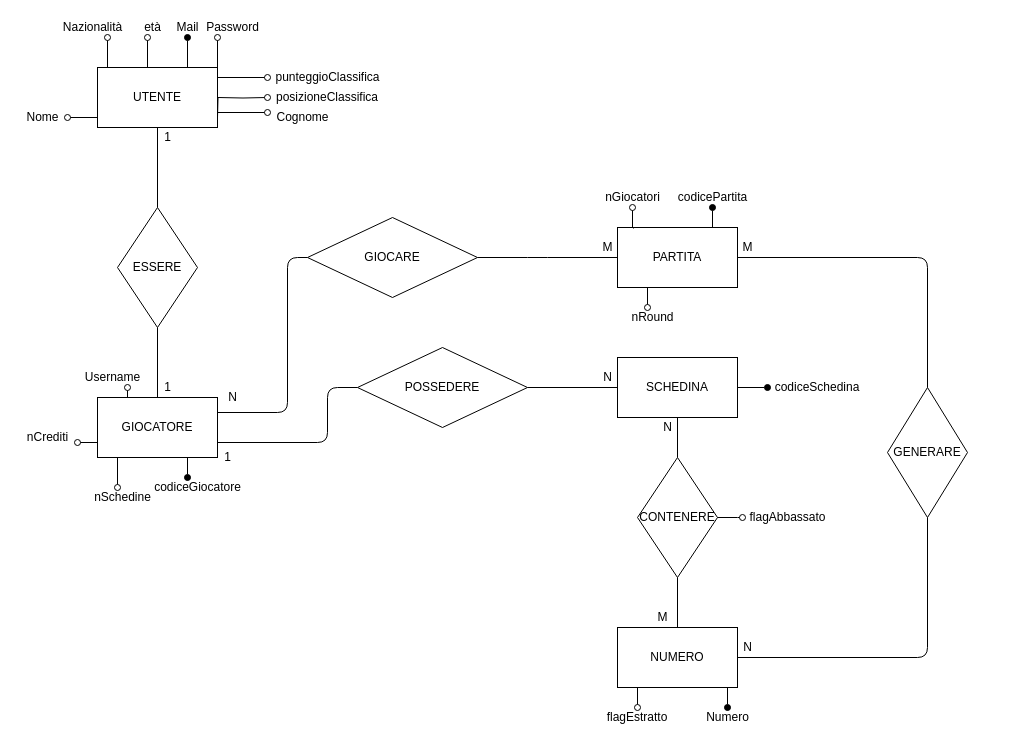
itisrivoira/Tombolone keeps this draw.io diagram as Database/database.drawio. Above is the earlier version. Source tidied: cells renumbered, new cells numbered last; positions are measured from the earlier drawing's top-left corner, leaving out a move shared by most shapes. Both pictures are drawn from the tidied source at 100%, with x=0, y=0 at pixel (17, 17).
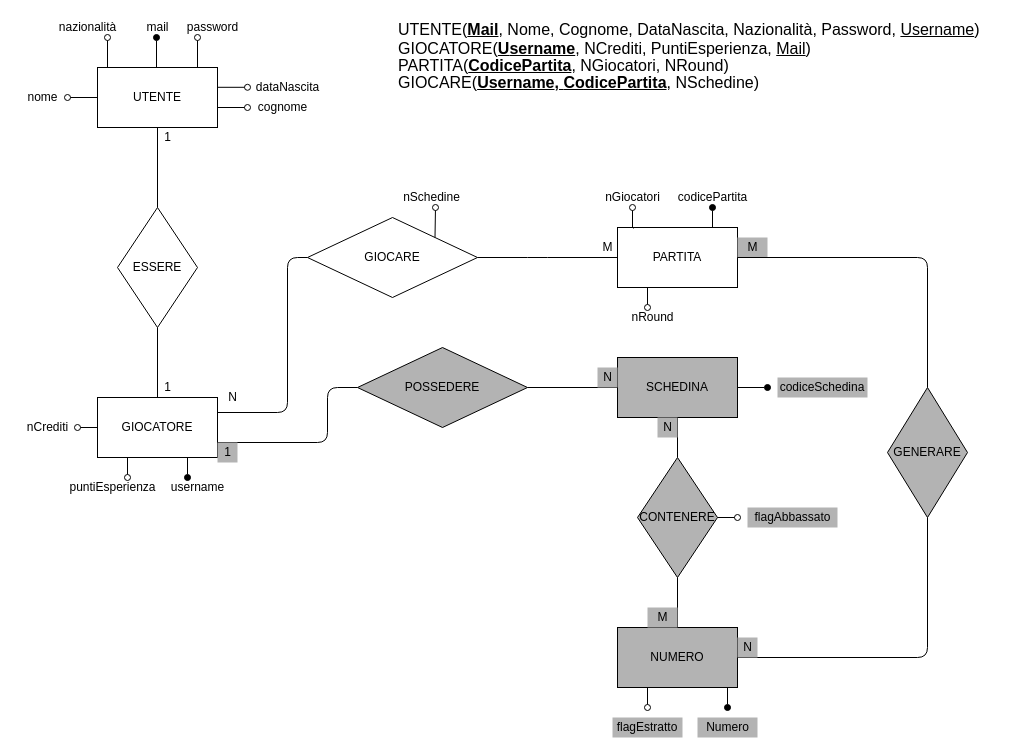
The same page after the edit.

The change refers to these unchanged cells:
```xml
<mxCell id="2" value="UTENTE" style="rounded=0;whiteSpace=wrap;html=1;" parent="1" vertex="1">
  <mxGeometry x="80" y="50" width="120" height="60" as="geometry" />
</mxCell>
<mxCell id="17" value="GIOCATORE" style="rounded=0;whiteSpace=wrap;html=1;" parent="1" vertex="1">
  <mxGeometry x="80" y="380" width="120" height="60" as="geometry" />
</mxCell>
<mxCell id="26" value="GIOCARE" style="rhombus;whiteSpace=wrap;html=1;" parent="1" vertex="1">
  <mxGeometry x="290" y="200" width="170" height="80" as="geometry" />
</mxCell>
```

Change to the diagram source:
```diff
@@
-    <mxCell id="4" value="Nome" style="text;html=1;align=center;verticalAlign=middle;" parent="1" vertex="1">
-      <mxGeometry y="90" width="50" height="20" as="geometry" />
+    <mxCell id="4" value="nome" style="text;html=1;align=center;verticalAlign=middle;" parent="1" vertex="1">
+      <mxGeometry y="70" width="50" height="20" as="geometry" />
     </mxCell>
-    <mxCell id="5" value="Cognome" style="text;html=1;align=center;verticalAlign=middle;" parent="1" vertex="1">
-      <mxGeometry x="250" y="90" width="70" height="20" as="geometry" />
+    <mxCell id="5" value="cognome" style="text;html=1;align=center;verticalAlign=middle;" parent="1" vertex="1">
+      <mxGeometry x="235" y="80" width="60" height="20" as="geometry" />
     </mxCell>
-    <mxCell id="6" value="Mail" style="text;html=1;align=center;verticalAlign=middle;" parent="1" vertex="1">
-      <mxGeometry x="150" width="40" height="20" as="geometry" />
+    <mxCell id="6" value="mail" style="text;html=1;align=center;verticalAlign=middle;" parent="1" vertex="1">
+      <mxGeometry x="120" width="40" height="20" as="geometry" />
     </mxCell>
-    <mxCell id="7" value="Password" style="text;html=1;align=center;verticalAlign=middle;" parent="1" vertex="1">
-      <mxGeometry x="180" width="70" height="20" as="geometry" />
+    <mxCell id="7" value="password" style="text;html=1;align=center;verticalAlign=middle;" parent="1" vertex="1">
+      <mxGeometry x="160" width="70" height="20" as="geometry" />
     </mxCell>
-    <mxCell id="8" style="endArrow=oval;html=1;endFill=0;" parent="1" edge="1">
+    <mxCell id="8" style="endArrow=oval;html=1;endFill=0;exitX=1;exitY=0.33;exitDx=0;exitDy=0;exitPerimeter=0;" parent="1" edge="1" source="2">
       <mxGeometry relative="1" as="geometry">
-        <mxPoint x="130" y="50" as="sourcePoint" />
-        <mxPoint x="130" y="20" as="targetPoint" />
+        <mxPoint x="230" y="69.8" as="targetPoint" />
       </mxGeometry>
     </mxCell>
     <mxCell id="9" style="endArrow=oval;html=1;endFill=1;" parent="1" edge="1">
       <mxGeometry relative="1" as="geometry">
-        <mxPoint x="170" y="50" as="sourcePoint" />
-        <mxPoint x="170" y="20" as="targetPoint" />
+        <mxPoint x="139" y="50" as="sourcePoint" />
+        <mxPoint x="139" y="20" as="targetPoint" />
       </mxGeometry>
     </mxCell>
     <mxCell id="10" style="endArrow=oval;html=1;endFill=0;" parent="1" edge="1">
       <mxGeometry relative="1" as="geometry">
-        <mxPoint x="200" y="50" as="sourcePoint" />
-        <mxPoint x="200" y="20" as="targetPoint" />
+        <mxPoint x="180" y="50" as="sourcePoint" />
+        <mxPoint x="180" y="20" as="targetPoint" />
       </mxGeometry>
     </mxCell>
-    <mxCell id="11" style="edgeStyle=orthogonalEdgeStyle;rounded=0;jettySize=auto;html=1;entryX=0;entryY=1;entryDx=0;entryDy=0;startArrow=oval;startFill=0;endArrow=none;endFill=0;" parent="1" edge="1" target="2">
+    <mxCell id="11" style="edgeStyle=orthogonalEdgeStyle;rounded=0;orthogonalLoop=1;jettySize=auto;html=1;startArrow=oval;startFill=0;endArrow=none;endFill=0;" parent="1" edge="1">
       <mxGeometry relative="1" as="geometry">
-        <mxPoint x="50" y="100" as="sourcePoint" />
+        <mxPoint x="50" y="80" as="sourcePoint" />
+        <mxPoint x="70" y="80" as="targetPoint" />
         <Array as="points">
-          <mxPoint x="80" y="100" />
+          <mxPoint x="80" y="80" />
         </Array>
       </mxGeometry>
     </mxCell>
-    <mxCell id="12" value="età" style="text;html=1;align=center;verticalAlign=middle;" parent="1" vertex="1">
-      <mxGeometry x="120" width="30" height="20" as="geometry" />
+    <mxCell id="12" value="dataNascita" style="text;html=1;align=center;verticalAlign=middle;" parent="1" vertex="1">
+      <mxGeometry x="230" y="60" width="80" height="20" as="geometry" />
     </mxCell>
-    <mxCell id="13" style="edgeStyle=orthogonalEdgeStyle;rounded=0;jettySize=auto;html=1;startArrow=oval;startFill=0;endArrow=none;endFill=0;" parent="1" edge="1" source="14">
-      <mxGeometry relative="1" as="geometry">
-        <mxPoint x="200" y="60" as="targetPoint" />
-      </mxGeometry>
-    </mxCell>
-    <mxCell id="14" value="punteggioClassifica" style="text;html=1;align=center;verticalAlign=middle;points=[];" parent="1" vertex="1">
-      <mxGeometry x="250" y="50" width="120" height="20" as="geometry" />
+    <mxCell id="14" value="puntiEsperienza" style="text;html=1;align=center;verticalAlign=middle;points=[];" parent="1" vertex="1">
+      <mxGeometry x="45" y="460" width="100" height="20" as="geometry" />
     </mxCell>
-    <mxCell id="15" style="edgeStyle=orthogonalEdgeStyle;rounded=0;orthogonalLoop=1;jettySize=auto;html=1;entryX=0.75;entryY=1;entryDx=0;entryDy=0;startArrow=oval;startFill=0;endArrow=none;endFill=0;" parent="1" edge="1">
-      <mxGeometry relative="1" as="geometry">
-        <mxPoint x="250" y="80" as="sourcePoint" />
-        <mxPoint x="200" y="100" as="targetPoint" />
-      </mxGeometry>
-    </mxCell>
-    <mxCell id="16" value="posizioneClassifica" style="text;html=1;strokeColor=none;fillColor=none;align=center;verticalAlign=middle;whiteSpace=wrap;rounded=0;" parent="1" vertex="1">
-      <mxGeometry x="290" y="70" width="40" height="20" as="geometry" />
-    </mxCell>
@@
-    <mxCell id="29" value="SCHEDINA" style="rounded=0;whiteSpace=wrap;html=1;" parent="1" vertex="1">
+    <mxCell id="29" value="SCHEDINA" style="rounded=0;whiteSpace=wrap;html=1;fillColor=#B3B3B3;" parent="1" vertex="1">
       <mxGeometry x="600" y="340" width="120" height="60" as="geometry" />
     </mxCell>
-    <mxCell id="30" value="POSSEDERE" style="rhombus;whiteSpace=wrap;html=1;" parent="1" vertex="1">
+    <mxCell id="30" value="POSSEDERE" style="rhombus;whiteSpace=wrap;html=1;fillColor=#B3B3B3;" parent="1" vertex="1">
       <mxGeometry x="340" y="330" width="170" height="80" as="geometry" />
     </mxCell>
@@
-    <mxCell id="33" value="codiceSchedina" style="text;html=1;strokeColor=none;fillColor=none;align=center;verticalAlign=middle;whiteSpace=wrap;rounded=0;" parent="1" vertex="1">
-      <mxGeometry x="780" y="360" width="40" height="20" as="geometry" />
+    <mxCell id="33" value="codiceSchedina" style="text;html=1;strokeColor=none;fillColor=#B3B3B3;align=center;verticalAlign=middle;whiteSpace=wrap;rounded=0;" parent="1" vertex="1">
+      <mxGeometry x="760" y="360" width="90" height="20" as="geometry" />
     </mxCell>
@@
-    <mxCell id="35" value="NUMERO" style="rounded=0;whiteSpace=wrap;html=1;" parent="1" vertex="1">
+    <mxCell id="35" value="NUMERO" style="rounded=0;whiteSpace=wrap;html=1;fillColor=#B3B3B3;" parent="1" vertex="1">
       <mxGeometry x="600" y="610" width="120" height="60" as="geometry" />
     </mxCell>
-    <mxCell id="36" value="CONTENERE" style="rhombus;whiteSpace=wrap;html=1;" parent="1" vertex="1">
+    <mxCell id="36" value="CONTENERE" style="rhombus;whiteSpace=wrap;html=1;fillColor=#B3B3B3;" parent="1" vertex="1">
       <mxGeometry x="620" y="440" width="80" height="120" as="geometry" />
     </mxCell>
@@
-    <mxCell id="39" style="edgeStyle=orthogonalEdgeStyle;rounded=0;jettySize=auto;html=1;entryX=1;entryY=0.5;entryDx=0;entryDy=0;startArrow=oval;startFill=0;endArrow=none;endFill=0;" parent="1" edge="1" source="40" target="36">
+    <mxCell id="39" style="edgeStyle=orthogonalEdgeStyle;rounded=0;jettySize=auto;html=1;entryX=1;entryY=0.5;entryDx=0;entryDy=0;startArrow=oval;startFill=0;endArrow=none;endFill=0;" parent="1" edge="1" target="36">
       <mxGeometry relative="1" as="geometry">
+        <mxPoint x="720" y="500" as="sourcePoint" />
         <Array as="points">
           <mxPoint x="720" y="500" />
         </Array>
       </mxGeometry>
     </mxCell>
-    <mxCell id="40" value="flagAbbassato" style="text;html=1;align=center;verticalAlign=middle;points=[];" parent="1" vertex="1">
-      <mxGeometry x="725" y="490" width="90" height="20" as="geometry" />
+    <mxCell id="40" value="flagAbbassato" style="text;html=1;align=center;verticalAlign=middle;points=[];fillColor=#B3B3B3;" parent="1" vertex="1">
+      <mxGeometry x="730" y="490" width="90" height="20" as="geometry" />
     </mxCell>
-    <mxCell id="41" value="N" style="text;html=1;align=center;verticalAlign=middle;" parent="1" vertex="1">
+    <mxCell id="41" value="N" style="text;html=1;align=center;verticalAlign=middle;fillColor=#B3B3B3;" parent="1" vertex="1">
       <mxGeometry x="640" y="400" width="20" height="20" as="geometry" />
     </mxCell>
-    <mxCell id="42" value="M" style="text;html=1;align=center;verticalAlign=middle;" parent="1" vertex="1">
+    <mxCell id="42" value="M" style="text;html=1;align=center;verticalAlign=middle;fillColor=#B3B3B3;" parent="1" vertex="1">
       <mxGeometry x="630" y="590" width="30" height="20" as="geometry" />
     </mxCell>
@@
-    <mxCell id="44" style="edgeStyle=orthogonalEdgeStyle;rounded=0;jettySize=auto;html=1;startArrow=oval;startFill=0;endArrow=none;endFill=0;" parent="1" edge="1" source="45" target="35">
-      <mxGeometry relative="1" as="geometry" />
+    <mxCell id="44" style="edgeStyle=orthogonalEdgeStyle;rounded=0;jettySize=auto;html=1;startArrow=oval;startFill=0;endArrow=none;endFill=0;entryX=0.25;entryY=1;entryDx=0;entryDy=0;" parent="1" edge="1" target="35">
+      <mxGeometry relative="1" as="geometry">
+        <mxPoint x="630" y="690" as="sourcePoint" />
+      </mxGeometry>
     </mxCell>
-    <mxCell id="45" value="flagEstratto" style="text;html=1;strokeColor=none;fillColor=none;align=center;verticalAlign=middle;whiteSpace=wrap;rounded=0;" parent="1" vertex="1">
-      <mxGeometry x="600" y="690" width="40" height="20" as="geometry" />
+    <mxCell id="45" value="flagEstratto" style="text;html=1;strokeColor=none;fillColor=#B3B3B3;align=center;verticalAlign=middle;whiteSpace=wrap;rounded=0;" parent="1" vertex="1">
+      <mxGeometry x="595" y="700" width="70" height="20" as="geometry" />
     </mxCell>
-    <mxCell id="46" value="Numero" style="text;html=1;align=center;verticalAlign=middle;" parent="1" vertex="1">
-      <mxGeometry x="680" y="690" width="60" height="20" as="geometry" />
+    <mxCell id="46" value="Numero" style="text;html=1;align=center;verticalAlign=middle;fillColor=#B3B3B3;" parent="1" vertex="1">
+      <mxGeometry x="680" y="700" width="60" height="20" as="geometry" />
     </mxCell>
@@
-    <mxCell id="48" value="GENERARE" style="rhombus;whiteSpace=wrap;html=1;" parent="1" vertex="1">
+    <mxCell id="48" value="GENERARE" style="rhombus;whiteSpace=wrap;html=1;fillColor=#B3B3B3;" parent="1" vertex="1">
       <mxGeometry x="870" y="370" width="80" height="130" as="geometry" />
     </mxCell>
@@
-    <mxCell id="50" value="N" style="text;html=1;align=center;verticalAlign=middle;" parent="1" vertex="1">
+    <mxCell id="50" value="N" style="text;html=1;align=center;verticalAlign=middle;fillColor=#B3B3B3;" parent="1" vertex="1">
       <mxGeometry x="720" y="620" width="20" height="20" as="geometry" />
     </mxCell>
-    <mxCell id="51" value="M" style="text;html=1;align=center;verticalAlign=middle;" parent="1" vertex="1">
-      <mxGeometry x="715" y="220" width="30" height="20" as="geometry" />
+    <mxCell id="51" value="M" style="text;html=1;align=center;verticalAlign=middle;fillColor=#B3B3B3;" parent="1" vertex="1">
+      <mxGeometry x="720" y="220" width="30" height="20" as="geometry" />
     </mxCell>
@@
-    <mxCell id="53" value="Username" style="text;html=1;align=center;verticalAlign=middle;" parent="1" vertex="1">
-      <mxGeometry x="60" y="350" width="70" height="20" as="geometry" />
+    <mxCell id="53" value="username" style="text;html=1;align=center;verticalAlign=middle;" parent="1" vertex="1">
+      <mxGeometry x="145" y="460" width="70" height="20" as="geometry" />
     </mxCell>
-    <mxCell id="54" value="codiceGiocatore" style="text;html=1;align=center;verticalAlign=middle;" parent="1" vertex="1">
-      <mxGeometry x="130" y="460" width="100" height="20" as="geometry" />
-    </mxCell>
-    <mxCell id="55" value="Nazionalità" style="text;html=1;align=center;verticalAlign=middle;" parent="1" vertex="1">
-      <mxGeometry x="40" width="70" height="20" as="geometry" />
+    <mxCell id="55" value="nazionalità" style="text;html=1;align=center;verticalAlign=middle;" parent="1" vertex="1">
+      <mxGeometry x="35" width="70" height="20" as="geometry" />
     </mxCell>
-    <mxCell id="56" value="1" style="text;html=1;align=center;verticalAlign=middle;" parent="1" vertex="1">
-      <mxGeometry x="200" y="430" width="20" height="20" as="geometry" />
+    <mxCell id="56" value="1" style="text;html=1;align=center;verticalAlign=middle;fillColor=#B3B3B3;" parent="1" vertex="1">
+      <mxGeometry x="200" y="425" width="20" height="20" as="geometry" />
     </mxCell>
-    <mxCell id="57" value="N" style="text;html=1;align=center;verticalAlign=middle;" parent="1" vertex="1">
+    <mxCell id="57" value="N" style="text;html=1;align=center;verticalAlign=middle;fillColor=#B3B3B3;" parent="1" vertex="1">
       <mxGeometry x="580" y="350" width="20" height="20" as="geometry" />
     </mxCell>
@@
     <mxCell id="60" value="nSchedine" style="text;html=1;align=center;verticalAlign=middle;" parent="1" vertex="1">
-      <mxGeometry x="70" y="470" width="70" height="20" as="geometry" />
+      <mxGeometry x="379" y="170" width="70" height="20" as="geometry" />
     </mxCell>
-    <mxCell id="61" style="edgeStyle=orthogonalEdgeStyle;rounded=0;orthogonalLoop=1;jettySize=auto;html=1;entryX=0.25;entryY=1;entryDx=0;entryDy=0;startArrow=oval;startFill=0;endArrow=none;endFill=0;" parent="1" edge="1">
-      <mxGeometry relative="1" as="geometry">
-        <mxPoint x="100" y="470" as="sourcePoint" />
-        <mxPoint x="100" y="440" as="targetPoint" />
-      </mxGeometry>
-    </mxCell>
-    <mxCell id="62" style="endArrow=oval;html=1;endFill=0;exitX=1;exitY=0.75;exitDx=0;exitDy=0;" parent="1" edge="1" source="2">
+    <mxCell id="62" style="endArrow=oval;html=1;endFill=0;" parent="1" edge="1">
       <mxGeometry relative="1" as="geometry">
-        <mxPoint x="250" y="95" as="targetPoint" />
+        <mxPoint x="200" y="90" as="sourcePoint" />
+        <mxPoint x="230" y="90" as="targetPoint" />
       </mxGeometry>
     </mxCell>
-    <mxCell id="63" style="endArrow=oval;html=1;endFill=1;exitX=0.75;exitY=1;exitDx=0;exitDy=0;" parent="1" edge="1" source="17">
-      <mxGeometry relative="1" as="geometry">
-        <mxPoint x="170" y="460" as="targetPoint" />
-      </mxGeometry>
-    </mxCell>
@@
     <mxCell id="66" value="nCrediti" style="text;html=1;align=center;verticalAlign=middle;points=[];" parent="1" vertex="1">
-      <mxGeometry y="410" width="60" height="20" as="geometry" />
+      <mxGeometry y="400" width="60" height="20" as="geometry" />
     </mxCell>
-    <mxCell id="67" style="edgeStyle=orthogonalEdgeStyle;rounded=0;jettySize=auto;html=1;entryX=0.25;entryY=0;entryDx=0;entryDy=0;startArrow=oval;startFill=0;endArrow=none;endFill=0;" parent="1" edge="1" target="17">
+    <mxCell id="67" style="edgeStyle=orthogonalEdgeStyle;rounded=0;jettySize=auto;html=1;startArrow=oval;startFill=1;endArrow=none;endFill=0;entryX=0.75;entryY=1;entryDx=0;entryDy=0;" parent="1" edge="1" target="17">
       <mxGeometry relative="1" as="geometry">
-        <mxPoint x="110" y="370" as="sourcePoint" />
+        <mxPoint x="170" y="460" as="sourcePoint" />
       </mxGeometry>
     </mxCell>
@@
-    <mxCell id="70" style="edgeStyle=orthogonalEdgeStyle;rounded=0;jettySize=auto;html=1;entryX=0;entryY=0.75;entryDx=0;entryDy=0;startArrow=oval;startFill=0;endArrow=none;endFill=0;" parent="1" edge="1" target="17">
-      <mxGeometry relative="1" as="geometry">
-        <mxPoint x="60" y="425" as="sourcePoint" />
-      </mxGeometry>
-    </mxCell>
+    <mxCell id="71" style="endArrow=oval;html=1;endFill=0;exitX=0.25;exitY=1;exitDx=0;exitDy=0;" parent="1" edge="1" source="17">
+      <mxGeometry relative="1" as="geometry">
+        <mxPoint x="110" y="460" as="targetPoint" />
+      </mxGeometry>
+    </mxCell>
+    <mxCell id="72" style="endArrow=none;html=1;startArrow=oval;startFill=0;entryX=1;entryY=0;entryDx=0;entryDy=0;" parent="1" edge="1" target="26">
+      <mxGeometry relative="1" as="geometry">
+        <mxPoint x="418" y="190" as="sourcePoint" />
+      </mxGeometry>
+    </mxCell>
+    <mxCell id="73" style="endArrow=none;html=1;startArrow=oval;startFill=0;entryX=0;entryY=0.5;entryDx=0;entryDy=0;exitX=1;exitY=0.5;exitDx=0;exitDy=0;exitPerimeter=0;" parent="1" edge="1" source="66" target="17">
+      <mxGeometry relative="1" as="geometry" />
+    </mxCell>
+    <mxCell id="74" value="&lt;p style=&quot;margin-bottom: 0cm ; line-height: 1px ; background: transparent&quot;&gt;&lt;font size=&quot;3&quot;&gt;UTENTE(&lt;/font&gt;&lt;u style=&quot;font-size: medium&quot;&gt;&lt;b&gt;Mail&lt;/b&gt;&lt;/u&gt;&lt;font size=&quot;3&quot;&gt;, Nome, Cognome, DataNascita, Nazionalità, Password, &lt;/font&gt;&lt;u&gt;&lt;font style=&quot;font-size: 16px&quot;&gt;Username&lt;/font&gt;&lt;/u&gt;&lt;font size=&quot;3&quot;&gt;)&lt;/font&gt;&lt;/p&gt;&lt;p style=&quot;margin-bottom: 0cm ; line-height: 1px ; background: transparent ; font-size: medium&quot;&gt;GIOCATORE(&lt;u&gt;&lt;b&gt;U&lt;/b&gt;&lt;/u&gt;&lt;u&gt;&lt;b&gt;sername&lt;/b&gt;&lt;/u&gt;, NCrediti, PuntiEsperienza, &lt;u&gt;Mail&lt;/u&gt;)&lt;/p&gt;&lt;p style=&quot;margin-bottom: 0cm ; line-height: 1px ; background: transparent ; font-size: medium&quot;&gt;PARTITA(&lt;u&gt;&lt;b&gt;CodicePartita&lt;/b&gt;&lt;/u&gt;, NGiocatori, NRound)&lt;/p&gt;&lt;p style=&quot;margin-bottom: 0cm ; line-height: 1px ; background: transparent ; font-size: medium&quot;&gt;GIOCARE(&lt;u&gt;&lt;b&gt;Username&lt;/b&gt;&lt;/u&gt;&lt;u&gt;&lt;b&gt;, &lt;/b&gt;&lt;/u&gt;&lt;u&gt;&lt;b&gt;CodicePartita&lt;/b&gt;&lt;/u&gt;, NSchedine)&lt;/p&gt;" style="text;html=1;align=left;verticalAlign=middle;" parent="1" vertex="1">
+      <mxGeometry x="379" width="600" height="70" as="geometry" />
+    </mxCell>
```
